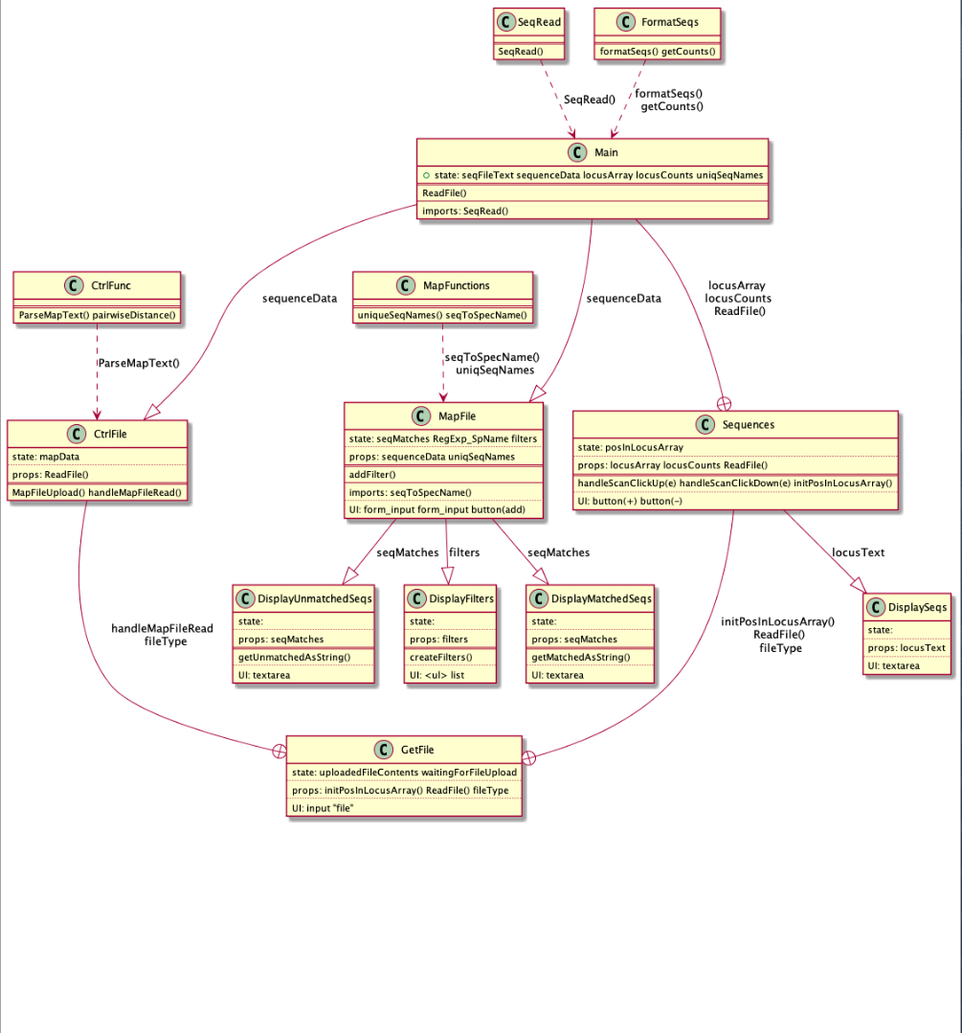
brannala/bpps keeps this PlantUML diagram as doc/bpps_fig.png. Above is the earlier version. Its source is kept beside it as doc/bpps_fig.plantuml.
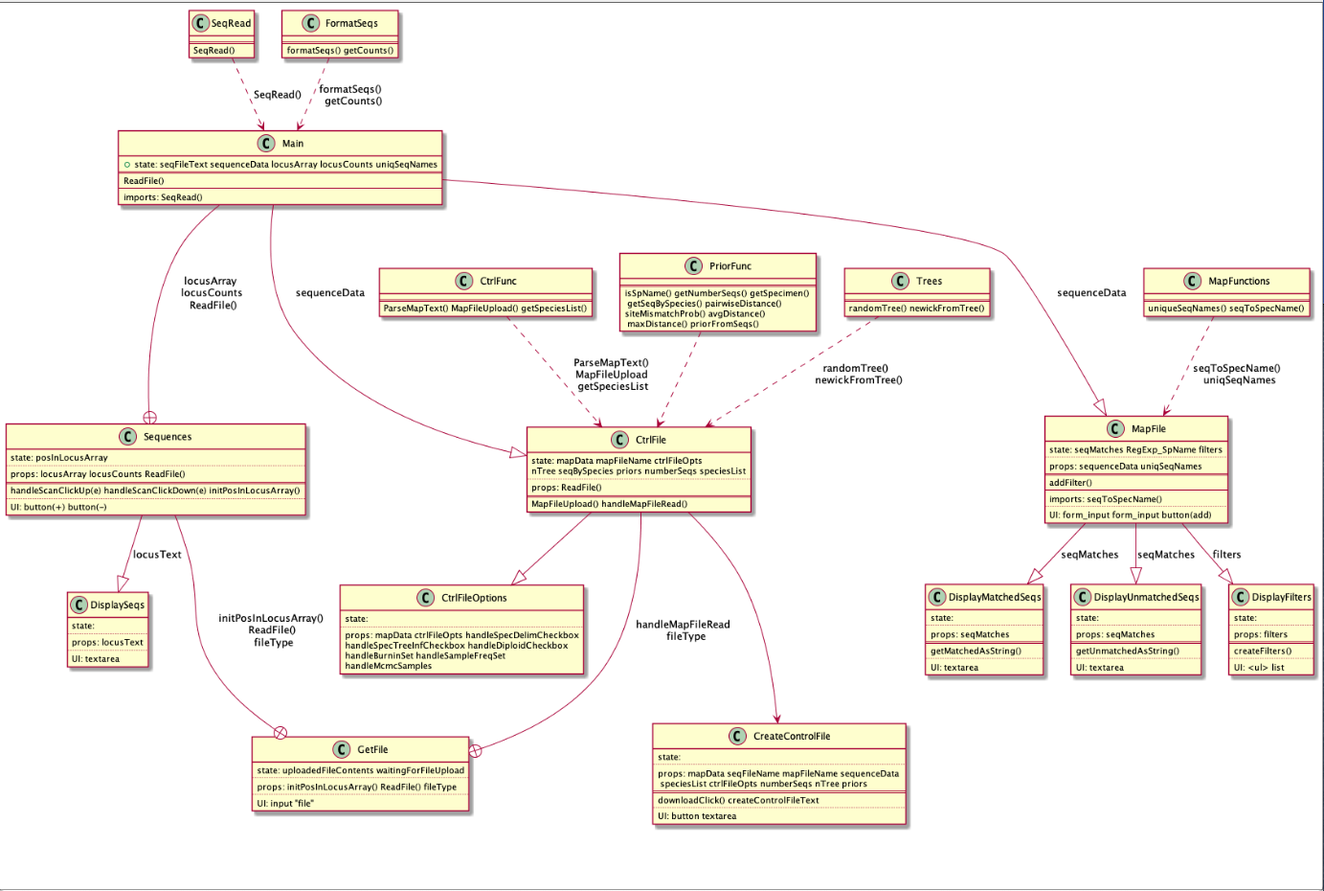
Above is the later version.

Commit message:
Fixed function getNumberSeqs (replaced with getMaxNumberSeqs) which now correctly extracts the maximum number of sequences (at any locus) for each species.

Diff of the diagram source:
```diff
@@ -36,7 +36,8 @@
 }
 
 class CtrlFile {
-	state: mapData
+	state: mapData mapFileName ctrlFileOpts
+	nTree seqBySpecies priors numberSeqs speciesList
 	..
 	props: ReadFile()
 	==
@@ -103,8 +104,38 @@
 
 class CtrlFunc {
 	==
-	ParseMapText() pairwiseDistance()
+	ParseMapText() MapFileUpload() getSpeciesList()
 }
+
+					class CreateControlFile {
+						state:
+						..
+						props: mapData seqFileName mapFileName sequenceData \n speciesList ctrlFileOpts numberSeqs nTree priors
+						==
+						downloadClick() createControlFileText
+						..
+						UI: button textarea
+						}
+
+						class PriorFunc {
+							==
+							isSpName() getNumberSeqs() getSpecimen() \n getSeqBySpecies() pairwiseDistance()
+							siteMismatchProb() avgDistance() \n maxDistance() priorFromSeqs()
+							}
+							class Trees {
+								==
+								randomTree() newickFromTree()
+		}
+
+								class CtrlFileOptions {
+									state:
+									..
+									props: mapData ctrlFileOpts handleSpecDelimCheckbox
+									handleSpecTreeInfCheckbox handleDiploidCheckbox
+									handleBurninSet handleSampleFreqSet
+									handleMcmcSamples
+									}
+
 
 Main ---+ Sequences : locusArray \n locusCounts \n ReadFile()
 Main ---|> MapFile : sequenceData
@@ -118,5 +149,10 @@
 FormatSeqs ..> Main : formatSeqs() \n getCounts()
 CtrlFile ---+ GetFile: handleMapFileRead \n fileType
 MapFunctions ..> MapFile : seqToSpecName() \n uniqSeqNames
-CtrlFunc ..> CtrlFile : ParseMapText()
+CtrlFunc ..> CtrlFile : ParseMapText()	\n MapFileUpload \n getSpeciesList
+CtrlFile ---> CreateControlFile
+PriorFunc ..> CtrlFile
+Trees ..> CtrlFile : randomTree() \n newickFromTree()
+CtrlFile --|> CtrlFileOptions
+
 @enduml
```
